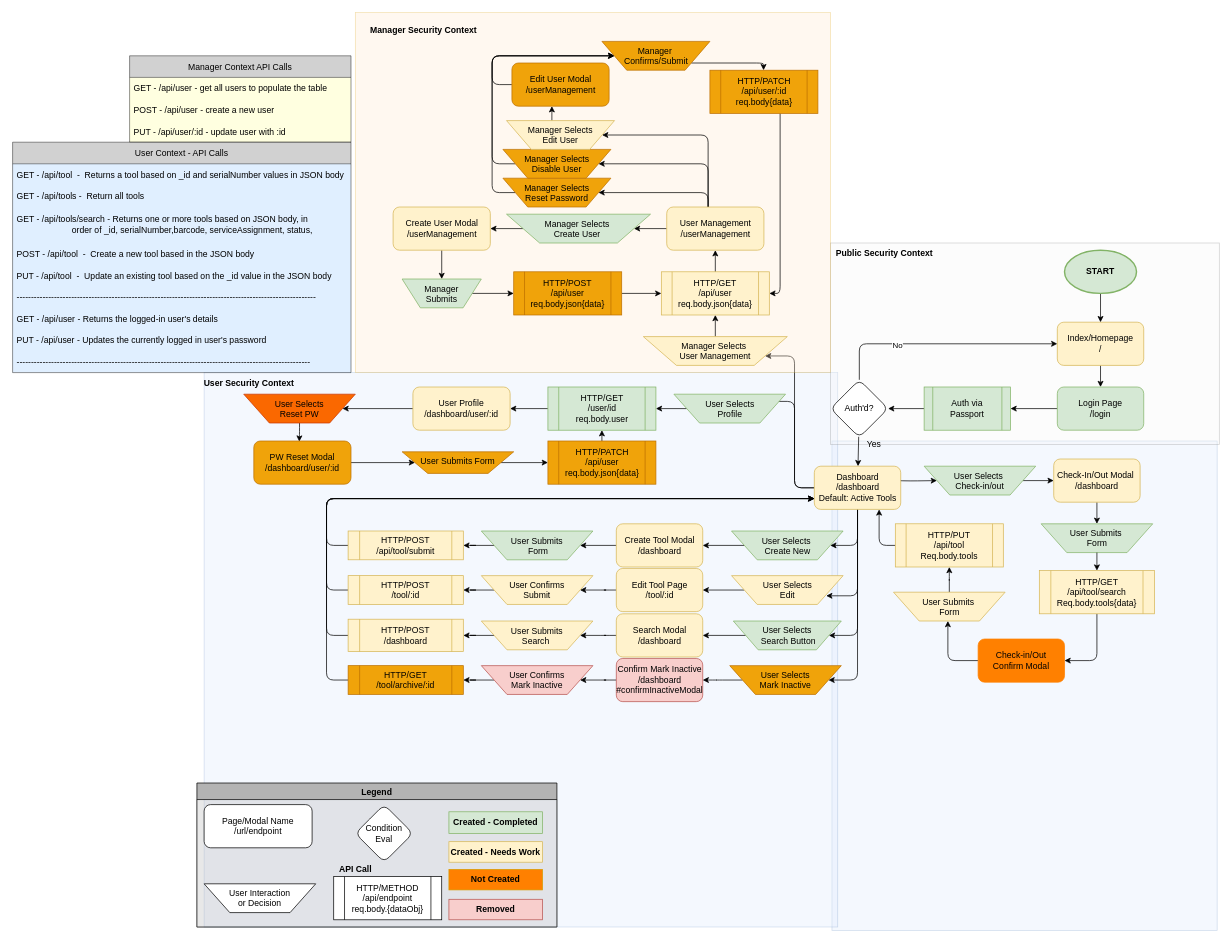
DaveLuhman/toolkeeper keeps this draw.io diagram as designDocument/apiTree.drawio. Above is the earlier version. Source tidied: cells renumbered, new cells numbered last; positions are measured from the earlier drawing's top-left corner, leaving out a move shared by most shapes. Both pictures are drawn from the tidied source at 72%, with x=0, y=0 at pixel (12, 12).
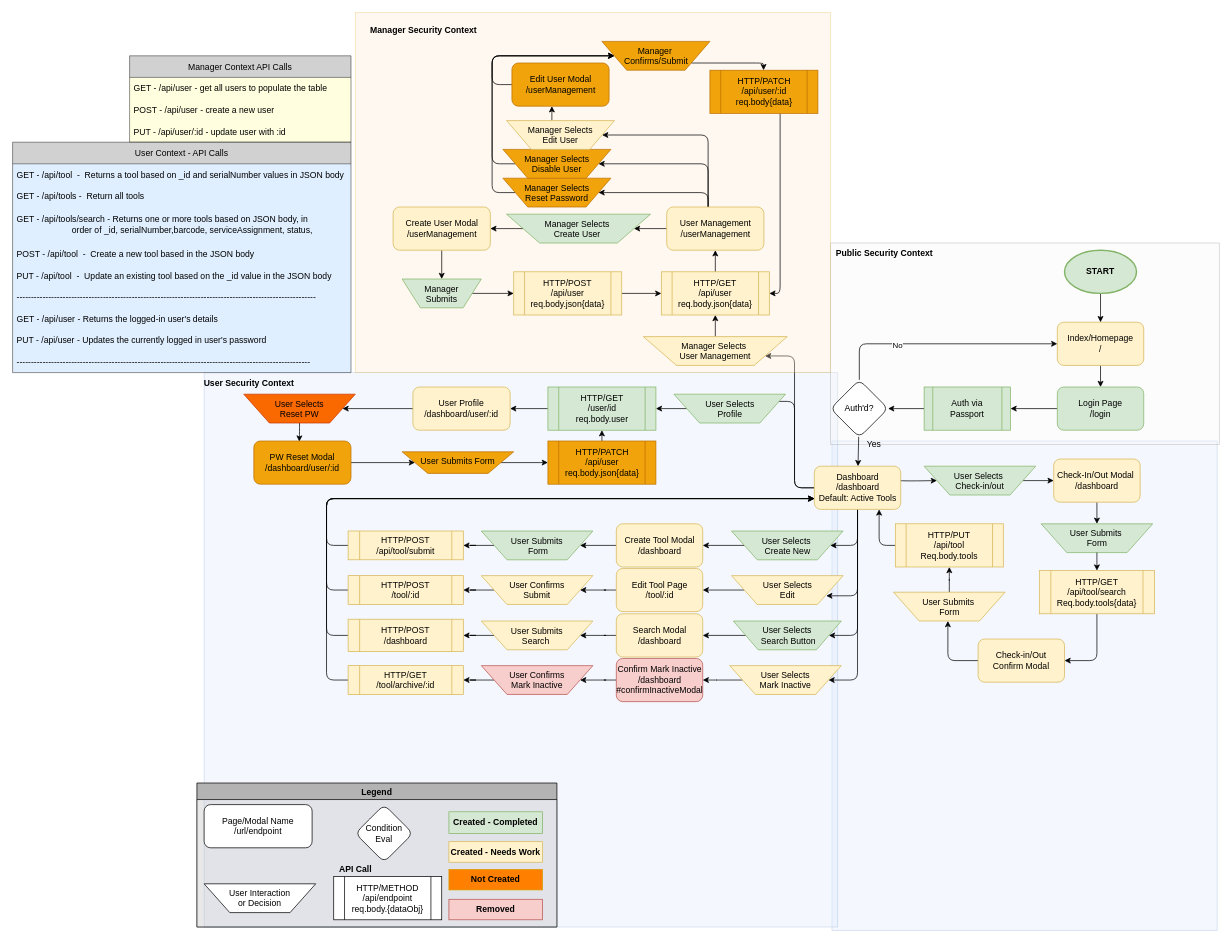
The same diagram, later.

The edit, as a diff of the source:
```diff
@@
-    <mxCell id="41" value="Check-in/Out&lt;br&gt;Confirm Modal" style="rounded=1;whiteSpace=wrap;html=1;fillColor=#FF8000;strokeColor=#FF8000;" parent="1" vertex="1">
+    <mxCell id="41" value="Check-in/Out&lt;br&gt;Confirm Modal" style="rounded=1;whiteSpace=wrap;html=1;fillColor=#fff2cc;strokeColor=#d6b656;" parent="1" vertex="1">
       <mxGeometry x="1341" y="870" width="120" height="60" as="geometry" />
     </mxCell>
@@
-    <mxCell id="101" value="HTTP/POST&lt;br&gt;/api/user&lt;br&gt;req.body.json{data}" style="shape=process;whiteSpace=wrap;html=1;backgroundOutline=1;fillColor=#f0a30a;strokeColor=#BD7000;fontColor=#000000;" parent="1" vertex="1">
+    <mxCell id="101" value="HTTP/POST&lt;br&gt;/api/user&lt;br&gt;req.body.json{data}" style="shape=process;whiteSpace=wrap;html=1;backgroundOutline=1;fillColor=#fff2cc;strokeColor=#d6b656;" parent="1" vertex="1">
       <mxGeometry x="696" y="360" width="150" height="60" as="geometry" />
     </mxCell>
@@
-    <mxCell id="119" value="User Selects&lt;br&gt;Mark Inactive" style="verticalLabelPosition=middle;verticalAlign=top;html=1;shape=trapezoid;perimeter=trapezoidPerimeter;whiteSpace=wrap;size=0.23;arcSize=10;flipV=1;labelPosition=center;align=center;fontFamily=Helvetica;fontSize=12;fontColor=#000000;strokeColor=#BD7000;fillColor=#f0a30a;" parent="1" vertex="1">
+    <mxCell id="119" value="User Selects&lt;br&gt;Mark Inactive" style="verticalLabelPosition=middle;verticalAlign=top;html=1;shape=trapezoid;perimeter=trapezoidPerimeter;whiteSpace=wrap;size=0.23;arcSize=10;flipV=1;labelPosition=center;align=center;fontFamily=Helvetica;fontSize=12;strokeColor=#d6b656;fillColor=#fff2cc;" parent="1" vertex="1">
       <mxGeometry x="996" y="907" width="155" height="40" as="geometry" />
     </mxCell>
@@
-    <mxCell id="143" value="HTTP/GET&lt;br&gt;/tool/archive/:id" style="shape=process;whiteSpace=wrap;html=1;backgroundOutline=1;fillColor=#f0a30a;strokeColor=#BD7000;fontColor=#000000;" parent="1" vertex="1">
+    <mxCell id="143" value="HTTP/GET&lt;br&gt;/tool/archive/:id" style="shape=process;whiteSpace=wrap;html=1;backgroundOutline=1;fillColor=#fff2cc;strokeColor=#d6b656;" parent="1" vertex="1">
       <mxGeometry x="466" y="907" width="160" height="40" as="geometry" />
     </mxCell>
```
